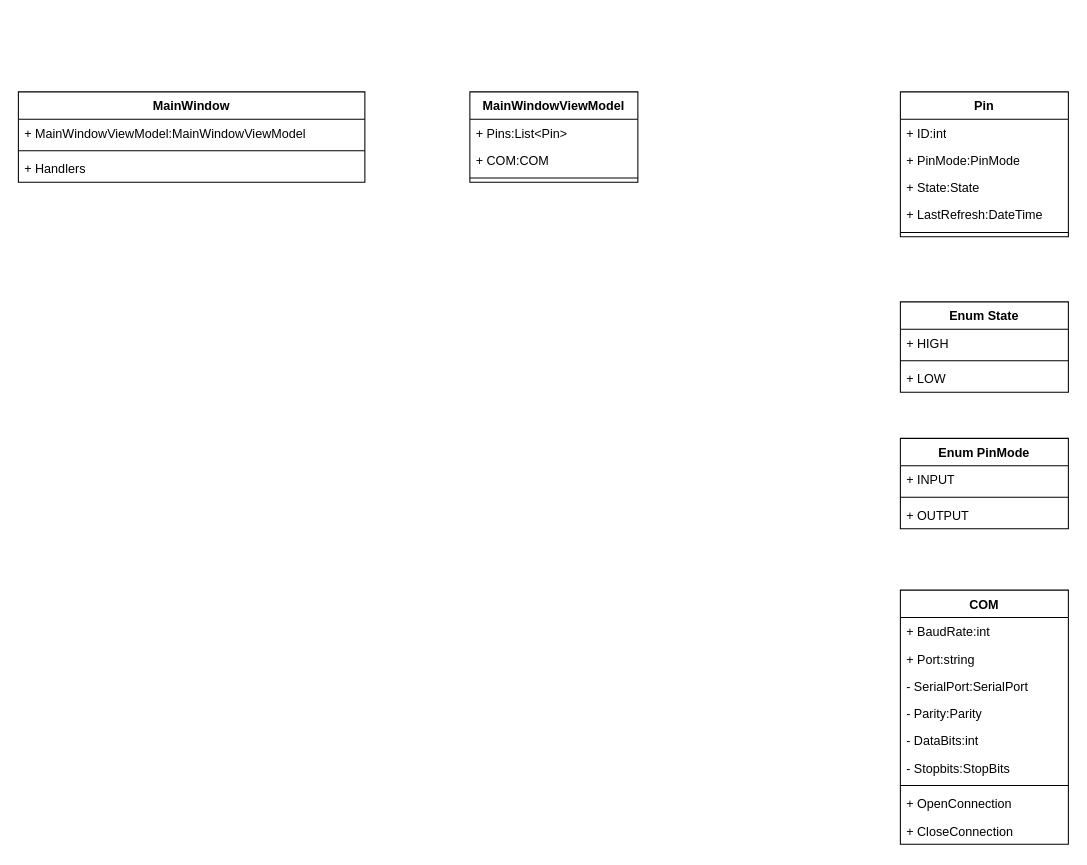
Before: docs/UML/V1.drawio in FelixLatzer/Arduino_WPF, a draw.io diagram. Source tidied: cells renumbered, new cells numbered last; positions are measured from the earlier drawing's top-left corner, leaving out a move shared by most shapes. Both pictures are drawn from the tidied source at 105%, with x=0, y=0 at pixel (18, 91).
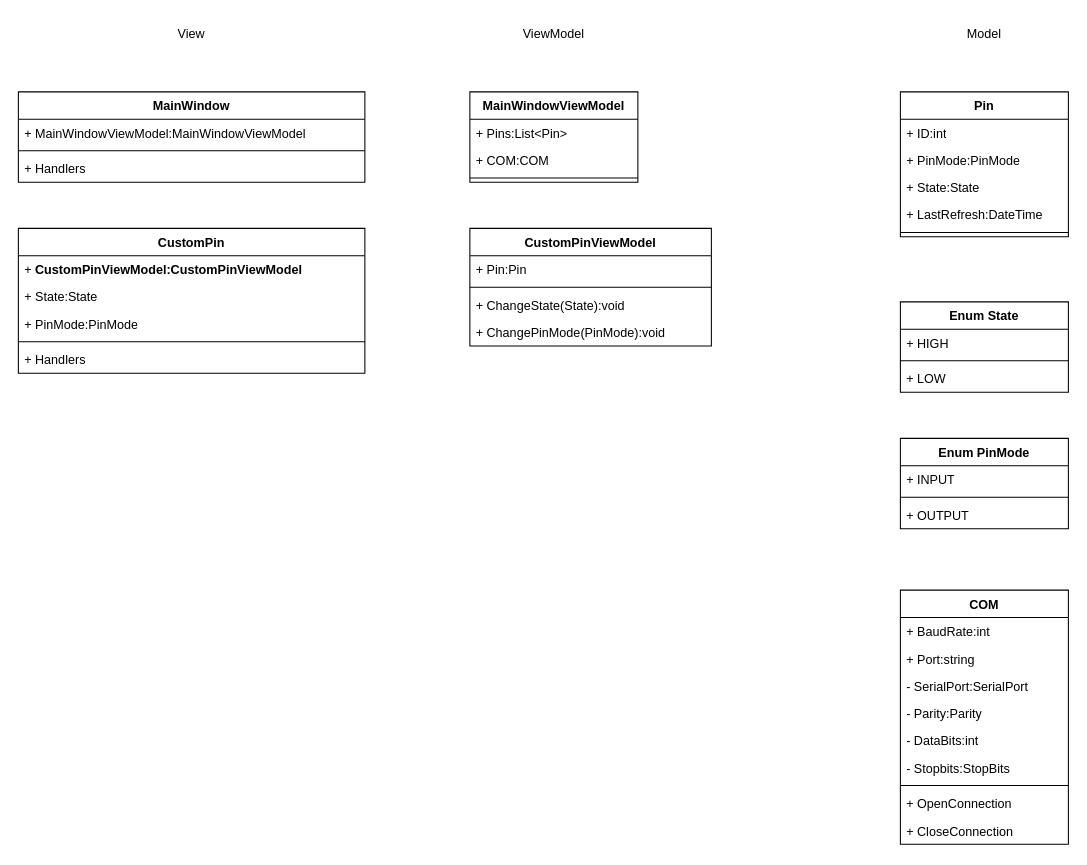
The same diagram, later.

Commit message:
almost done with UML

Change to the diagram source:
```diff
@@
+    <mxCell id="34" value="CustomPin" style="swimlane;fontStyle=1;align=center;verticalAlign=top;horizontal=1;startSize=26;whiteSpace=wrap;html=1;" parent="1" vertex="1">
+      <mxGeometry y="130" width="330" height="138" as="geometry" />
+    </mxCell>
+    <mxCell id="35" value="+&amp;nbsp;&lt;span style=&quot;font-weight: 700; text-align: center;&quot;&gt;CustomPinViewModel:&lt;/span&gt;&lt;span style=&quot;font-weight: 700; text-align: center;&quot;&gt;CustomPinViewModel&lt;/span&gt;" style="text;strokeColor=none;fillColor=none;align=left;verticalAlign=top;spacingLeft=4;spacingRight=4;overflow=hidden;whiteSpace=wrap;html=1;" parent="34" vertex="1">
+      <mxGeometry y="26" width="330" height="26" as="geometry" />
+    </mxCell>
+    <mxCell id="36" value="+ State:State" style="text;strokeColor=none;fillColor=none;align=left;verticalAlign=top;spacingLeft=4;spacingRight=4;overflow=hidden;whiteSpace=wrap;html=1;" parent="34" vertex="1">
+      <mxGeometry y="52" width="330" height="26" as="geometry" />
+    </mxCell>
+    <mxCell id="37" value="+ PinMode:PinMode" style="text;strokeColor=none;fillColor=none;align=left;verticalAlign=top;spacingLeft=4;spacingRight=4;overflow=hidden;whiteSpace=wrap;html=1;" parent="34" vertex="1">
+      <mxGeometry y="78" width="330" height="26" as="geometry" />
+    </mxCell>
+    <mxCell id="38" style="line;strokeWidth=1;fillColor=none;align=left;verticalAlign=middle;spacingTop=-1;spacingLeft=3;spacingRight=3;labelPosition=right;strokeColor=inherit;" parent="34" vertex="1">
+      <mxGeometry y="104" width="330" height="8" as="geometry" />
+    </mxCell>
+    <mxCell id="39" value="+ Handlers" style="text;strokeColor=none;fillColor=none;align=left;verticalAlign=top;spacingLeft=4;spacingRight=4;overflow=hidden;whiteSpace=wrap;html=1;" parent="34" vertex="1">
+      <mxGeometry y="112" width="330" height="26" as="geometry" />
+    </mxCell>
+    <mxCell id="40" value="CustomPinViewModel" style="swimlane;fontStyle=1;align=center;verticalAlign=top;horizontal=1;startSize=26;whiteSpace=wrap;html=1;" parent="1" vertex="1">
+      <mxGeometry x="430" y="130" width="230" height="112" as="geometry" />
+    </mxCell>
+    <mxCell id="41" value="+ Pin:Pin" style="text;strokeColor=none;fillColor=none;align=left;verticalAlign=top;spacingLeft=4;spacingRight=4;overflow=hidden;whiteSpace=wrap;html=1;" parent="40" vertex="1">
+      <mxGeometry y="26" width="230" height="26" as="geometry" />
+    </mxCell>
+    <mxCell id="42" style="line;strokeWidth=1;fillColor=none;align=left;verticalAlign=middle;spacingTop=-1;spacingLeft=3;spacingRight=3;labelPosition=right;strokeColor=inherit;" parent="40" vertex="1">
+      <mxGeometry y="52" width="230" height="8" as="geometry" />
+    </mxCell>
+    <mxCell id="43" value="+ ChangeState(State):void" style="text;strokeColor=none;fillColor=none;align=left;verticalAlign=top;spacingLeft=4;spacingRight=4;overflow=hidden;whiteSpace=wrap;html=1;" parent="40" vertex="1">
+      <mxGeometry y="60" width="230" height="26" as="geometry" />
+    </mxCell>
+    <mxCell id="44" value="+ ChangePinMode(PinMode):void" style="text;strokeColor=none;fillColor=none;align=left;verticalAlign=top;spacingLeft=4;spacingRight=4;overflow=hidden;whiteSpace=wrap;html=1;" parent="40" vertex="1">
+      <mxGeometry y="86" width="230" height="26" as="geometry" />
+    </mxCell>
+    <mxCell id="45" value="View" style="text;html=1;align=center;verticalAlign=middle;whiteSpace=wrap;rounded=0;" parent="1" vertex="1">
+      <mxGeometry x="135" y="-70" width="60" height="30" as="geometry" />
+    </mxCell>
+    <mxCell id="46" value="ViewModel" style="text;html=1;align=center;verticalAlign=middle;whiteSpace=wrap;rounded=0;" parent="1" vertex="1">
+      <mxGeometry x="480" y="-70" width="60" height="30" as="geometry" />
+    </mxCell>
+    <mxCell id="47" value="Model" style="text;html=1;align=center;verticalAlign=middle;whiteSpace=wrap;rounded=0;" parent="1" vertex="1">
+      <mxGeometry x="890" y="-70" width="60" height="30" as="geometry" />
+    </mxCell>
```
